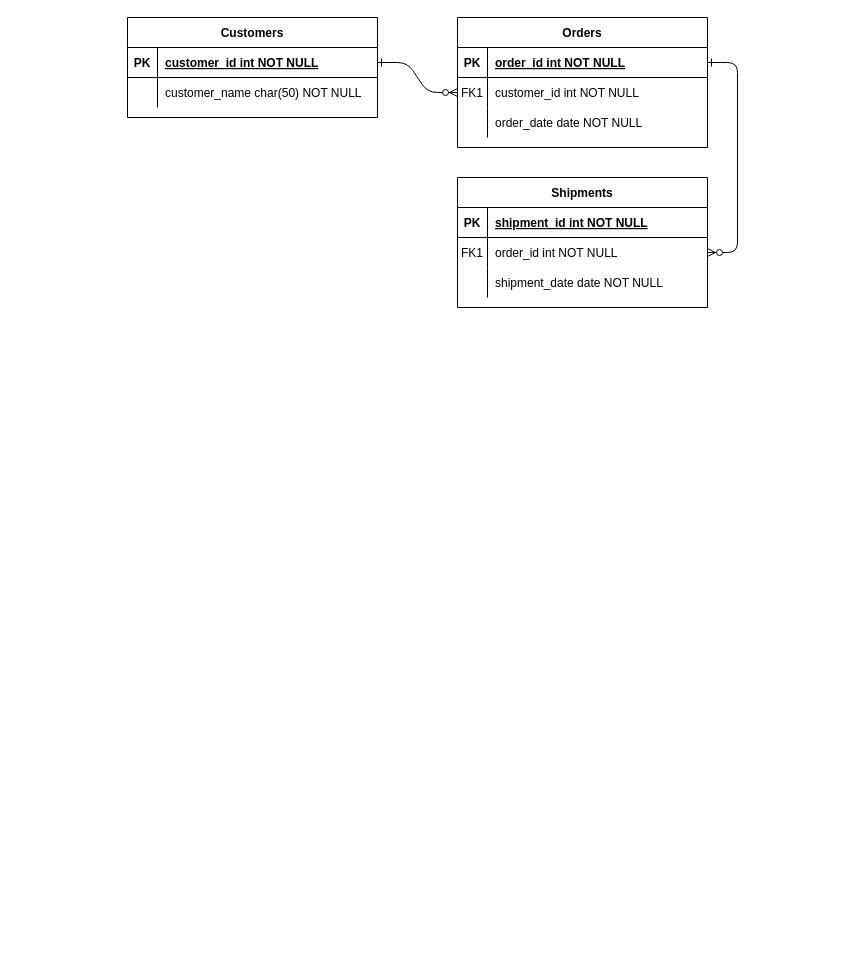
This is 实体.drawio from trey03/draw, a draw.io file, before an edit. Source tidied: cells renumbered, new cells numbered last; positions are measured from the earlier drawing's top-left corner, leaving out a move shared by most shapes. Both pictures are drawn from the tidied source at 100%, with x=0, y=0 at pixel (127, 17).
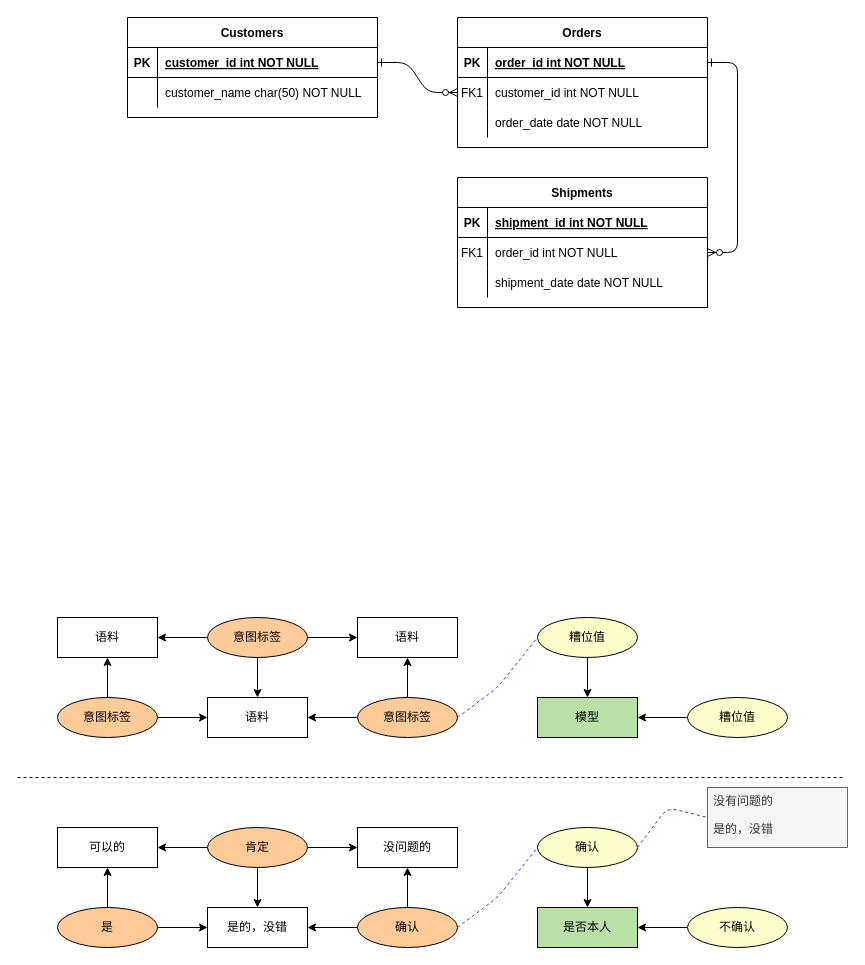
The same page after the edit.

Diff of the diagram source:
```diff
@@
+    <mxCell id="31" value="语料" style="whiteSpace=wrap;html=1;align=center;" parent="1" vertex="1">
+      <mxGeometry x="80" y="680" width="100" height="40" as="geometry" />
+    </mxCell>
+    <mxCell id="32" style="edgeStyle=orthogonalEdgeStyle;rounded=0;jettySize=auto;html=1;exitX=0.5;exitY=1;exitDx=0;exitDy=0;" parent="1" edge="1" source="35" target="31">
+      <mxGeometry relative="1" as="geometry" />
+    </mxCell>
+    <mxCell id="33" style="edgeStyle=orthogonalEdgeStyle;rounded=0;jettySize=auto;html=1;" parent="1" edge="1" source="35" target="39">
+      <mxGeometry relative="1" as="geometry" />
+    </mxCell>
+    <mxCell id="34" style="edgeStyle=orthogonalEdgeStyle;rounded=0;jettySize=auto;html=1;" parent="1" edge="1" source="35" target="40">
+      <mxGeometry relative="1" as="geometry" />
+    </mxCell>
+    <mxCell id="35" value="意图标签" style="ellipse;whiteSpace=wrap;html=1;align=center;fillColor=#FFCC99;" parent="1" vertex="1">
+      <mxGeometry x="80" y="600" width="100" height="40" as="geometry" />
+    </mxCell>
+    <mxCell id="36" style="edgeStyle=orthogonalEdgeStyle;rounded=0;jettySize=auto;html=1;" parent="1" edge="1" source="38" target="31">
+      <mxGeometry relative="1" as="geometry" />
+    </mxCell>
+    <mxCell id="37" style="edgeStyle=orthogonalEdgeStyle;rounded=0;jettySize=auto;html=1;" parent="1" edge="1" source="38" target="40">
+      <mxGeometry relative="1" as="geometry" />
+    </mxCell>
+    <mxCell id="38" value="意图标签" style="ellipse;whiteSpace=wrap;html=1;align=center;fillColor=#FFCC99;" parent="1" vertex="1">
+      <mxGeometry x="230" y="680" width="100" height="40" as="geometry" />
+    </mxCell>
+    <mxCell id="39" value="语料" style="whiteSpace=wrap;html=1;align=center;" parent="1" vertex="1">
+      <mxGeometry x="-70" y="600" width="100" height="40" as="geometry" />
+    </mxCell>
+    <mxCell id="40" value="语料" style="whiteSpace=wrap;html=1;align=center;" parent="1" vertex="1">
+      <mxGeometry x="230" y="600" width="100" height="40" as="geometry" />
+    </mxCell>
+    <mxCell id="41" style="edgeStyle=orthogonalEdgeStyle;rounded=0;jettySize=auto;html=1;" parent="1" edge="1" source="43" target="31">
+      <mxGeometry relative="1" as="geometry" />
+    </mxCell>
+    <mxCell id="42" style="edgeStyle=orthogonalEdgeStyle;rounded=0;jettySize=auto;html=1;" parent="1" edge="1" source="43" target="39">
+      <mxGeometry relative="1" as="geometry" />
+    </mxCell>
+    <mxCell id="43" value="意图标签" style="ellipse;whiteSpace=wrap;html=1;align=center;fillColor=#FFCC99;" parent="1" vertex="1">
+      <mxGeometry x="-70" y="680" width="100" height="40" as="geometry" />
+    </mxCell>
+    <mxCell id="44" value="是的，没错" style="whiteSpace=wrap;html=1;align=center;" parent="1" vertex="1">
+      <mxGeometry x="80" y="890" width="100" height="40" as="geometry" />
+    </mxCell>
+    <mxCell id="45" style="edgeStyle=orthogonalEdgeStyle;rounded=0;jettySize=auto;html=1;exitX=0.5;exitY=1;exitDx=0;exitDy=0;" parent="1" edge="1" source="48" target="44">
+      <mxGeometry relative="1" as="geometry" />
+    </mxCell>
+    <mxCell id="46" style="edgeStyle=orthogonalEdgeStyle;rounded=0;jettySize=auto;html=1;" parent="1" edge="1" source="48" target="52">
+      <mxGeometry relative="1" as="geometry" />
+    </mxCell>
+    <mxCell id="47" style="edgeStyle=orthogonalEdgeStyle;rounded=0;jettySize=auto;html=1;" parent="1" edge="1" source="48" target="53">
+      <mxGeometry relative="1" as="geometry" />
+    </mxCell>
+    <mxCell id="48" value="肯定" style="ellipse;whiteSpace=wrap;html=1;align=center;fillColor=#FFCC99;" parent="1" vertex="1">
+      <mxGeometry x="80" y="810" width="100" height="40" as="geometry" />
+    </mxCell>
+    <mxCell id="49" style="edgeStyle=orthogonalEdgeStyle;rounded=0;jettySize=auto;html=1;" parent="1" edge="1" source="51" target="44">
+      <mxGeometry relative="1" as="geometry" />
+    </mxCell>
+    <mxCell id="50" style="edgeStyle=orthogonalEdgeStyle;rounded=0;jettySize=auto;html=1;" parent="1" edge="1" source="51" target="53">
+      <mxGeometry relative="1" as="geometry" />
+    </mxCell>
+    <mxCell id="51" value="确认" style="ellipse;whiteSpace=wrap;html=1;align=center;fillColor=#FFCC99;" parent="1" vertex="1">
+      <mxGeometry x="230" y="890" width="100" height="40" as="geometry" />
+    </mxCell>
+    <mxCell id="52" value="可以的" style="whiteSpace=wrap;html=1;align=center;" parent="1" vertex="1">
+      <mxGeometry x="-70" y="810" width="100" height="40" as="geometry" />
+    </mxCell>
+    <mxCell id="53" value="没问题的" style="whiteSpace=wrap;html=1;align=center;" parent="1" vertex="1">
+      <mxGeometry x="230" y="810" width="100" height="40" as="geometry" />
+    </mxCell>
+    <mxCell id="54" style="edgeStyle=orthogonalEdgeStyle;rounded=0;jettySize=auto;html=1;" parent="1" edge="1" source="56" target="44">
+      <mxGeometry relative="1" as="geometry" />
+    </mxCell>
+    <mxCell id="55" style="edgeStyle=orthogonalEdgeStyle;rounded=0;jettySize=auto;html=1;" parent="1" edge="1" source="56" target="52">
+      <mxGeometry relative="1" as="geometry" />
+    </mxCell>
+    <mxCell id="56" value="是" style="ellipse;whiteSpace=wrap;html=1;align=center;fillColor=#FFCC99;" parent="1" vertex="1">
+      <mxGeometry x="-70" y="890" width="100" height="40" as="geometry" />
+    </mxCell>
+    <mxCell id="57" style="endArrow=none;dashed=1;html=1;" parent="1" edge="1">
+      <mxGeometry relative="1" as="geometry">
+        <mxPoint x="-110" y="760" as="sourcePoint" />
+        <mxPoint x="717" y="760" as="targetPoint" />
+      </mxGeometry>
+    </mxCell>
+    <mxCell id="58" value="模型" style="whiteSpace=wrap;html=1;align=center;fillColor=#B9E0A5;" parent="1" vertex="1">
+      <mxGeometry x="410" y="680" width="100" height="40" as="geometry" />
+    </mxCell>
+    <mxCell id="59" style="edgeStyle=orthogonalEdgeStyle;rounded=0;jettySize=auto;html=1;" parent="1" edge="1" source="60" target="58">
+      <mxGeometry relative="1" as="geometry" />
+    </mxCell>
+    <mxCell id="60" value="糟位值" style="ellipse;whiteSpace=wrap;html=1;align=center;fillColor=#FFFFCC;" parent="1" vertex="1">
+      <mxGeometry x="410" y="600" width="100" height="40" as="geometry" />
+    </mxCell>
+    <mxCell id="61" style="edgeStyle=orthogonalEdgeStyle;rounded=0;jettySize=auto;html=1;" parent="1" edge="1" source="62" target="58">
+      <mxGeometry relative="1" as="geometry" />
+    </mxCell>
+    <mxCell id="62" value="糟位值" style="ellipse;whiteSpace=wrap;html=1;align=center;fillColor=#FFFFCC;" parent="1" vertex="1">
+      <mxGeometry x="560" y="680" width="100" height="40" as="geometry" />
+    </mxCell>
+    <mxCell id="63" style="endArrow=none;dashed=1;html=1;entryX=0;entryY=0.5;entryDx=0;entryDy=0;exitX=1;exitY=0.5;exitDx=0;exitDy=0;strokeColor=#3333FF;" parent="1" edge="1" source="38" target="60">
+      <mxGeometry relative="1" as="geometry">
+        <Array as="points">
+          <mxPoint x="370" y="670" />
+        </Array>
+      </mxGeometry>
+    </mxCell>
+    <mxCell id="64" value="是否本人" style="whiteSpace=wrap;html=1;align=center;fillColor=#B9E0A5;" parent="1" vertex="1">
+      <mxGeometry x="410" y="890" width="100" height="40" as="geometry" />
+    </mxCell>
+    <mxCell id="65" style="edgeStyle=orthogonalEdgeStyle;rounded=0;jettySize=auto;html=1;" parent="1" edge="1" source="66" target="64">
+      <mxGeometry relative="1" as="geometry" />
+    </mxCell>
+    <mxCell id="66" value="确认" style="ellipse;whiteSpace=wrap;html=1;align=center;fillColor=#FFFFCC;" parent="1" vertex="1">
+      <mxGeometry x="410" y="810" width="100" height="40" as="geometry" />
+    </mxCell>
+    <mxCell id="67" style="edgeStyle=orthogonalEdgeStyle;rounded=0;jettySize=auto;html=1;" parent="1" edge="1" source="68" target="64">
+      <mxGeometry relative="1" as="geometry" />
+    </mxCell>
+    <mxCell id="68" value="不确认" style="ellipse;whiteSpace=wrap;html=1;align=center;fillColor=#FFFFCC;" parent="1" vertex="1">
+      <mxGeometry x="560" y="890" width="100" height="40" as="geometry" />
+    </mxCell>
+    <mxCell id="69" style="endArrow=none;dashed=1;html=1;entryX=0;entryY=0.5;entryDx=0;entryDy=0;exitX=1;exitY=0.5;exitDx=0;exitDy=0;strokeColor=#3333FF;" parent="1" edge="1">
+      <mxGeometry relative="1" as="geometry">
+        <mxPoint x="330" y="910" as="sourcePoint" />
+        <mxPoint x="410" y="830" as="targetPoint" />
+        <Array as="points">
+          <mxPoint x="370" y="880" />
+        </Array>
+      </mxGeometry>
+    </mxCell>
+    <mxCell id="70" value="没有问题的&#10;&#10;是的，没错" style="text;strokeColor=#666666;fillColor=#f5f5f5;spacingLeft=4;spacingRight=4;overflow=hidden;points=[[0,0.5],[1,0.5]];portConstraint=eastwest;fontSize=12;fontColor=#333333;" parent="1" vertex="1">
+      <mxGeometry x="580" y="770" width="140" height="60" as="geometry" />
+    </mxCell>
+    <mxCell id="71" style="endArrow=none;dashed=1;html=1;entryX=0;entryY=0.5;entryDx=0;entryDy=0;exitX=1;exitY=0.5;exitDx=0;exitDy=0;strokeColor=#3333FF;" parent="1" edge="1" source="66" target="70">
+      <mxGeometry relative="1" as="geometry">
+        <Array as="points">
+          <mxPoint x="540" y="790" />
+        </Array>
+      </mxGeometry>
+    </mxCell>
```
